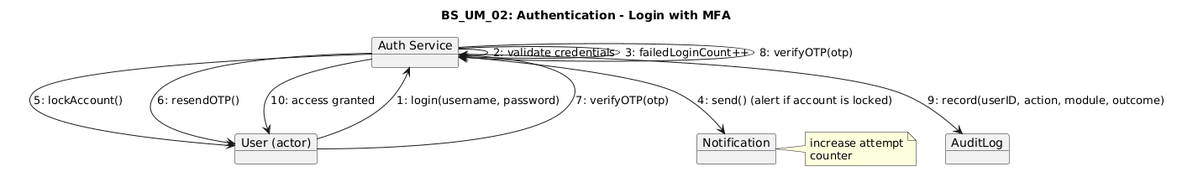
The PlantUML diagram Diagrams/Collaboration Diagrams/BS_UM_02.png in erindkotobelli12/BankManagementSystem, before a commit.
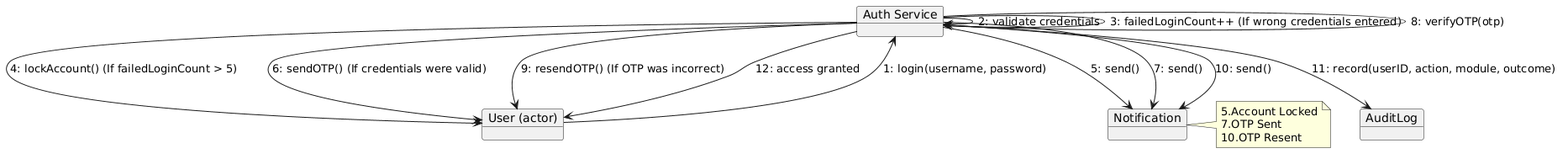
Later version of the same file.

Change to the diagram source:
```diff
@@ -1,6 +1,4 @@
 @startuml
-title BS_UM_02: Authentication - Login with MFA
-
 object "User (actor)" as U
 object "Auth Service" as UA
 object "AuditLog" as AL
@@ -9,19 +7,23 @@
 U --> UA : 1: login(username, password)
 UA --> UA : 2: validate credentials
 
-UA --> UA : 3: failedLoginCount++
+UA --> UA : 3: failedLoginCount++ (If wrong credentials entered)
 note right
-increase attempt
-counter
+5.Account Locked
+7.OTP Sent
+10.OTP Resent
 end note
 
-UA --> NS : 4: send() (alert if account is locked)
-UA --> U : 5: lockAccount()
+UA --> U : 4: lockAccount() (If failedLoginCount > 5)
+UA --> NS : 5: send()
 
-UA --> U : 6: resendOTP()
-U --> UA : 7: verifyOTP(otp)
+UA --> U : 6: sendOTP() (If credentials were valid)
+UA --> NS : 7: send()
 UA --> UA : 8: verifyOTP(otp)
 
-UA --> AL : 9: record(userID, action, module, outcome)
-UA --> U : 10: access granted
+UA --> U : 9: resendOTP() (If OTP was incorrect)
+UA --> NS : 10: send()
+
+UA --> AL : 11: record(userID, action, module, outcome)
+UA --> U : 12: access granted
 @enduml
```
